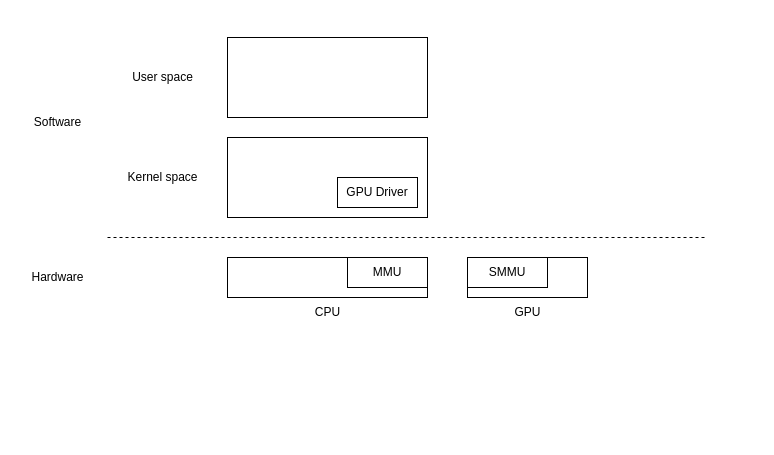
qianfei11/draw.io keeps this draw.io diagram as gpu.drawio. Above is the earlier version. Source tidied: cells renumbered, new cells numbered last; positions are measured from the earlier drawing's top-left corner, leaving out a move shared by most shapes. Both pictures are drawn from the tidied source at 100%, with x=0, y=0 at pixel (17, 37).
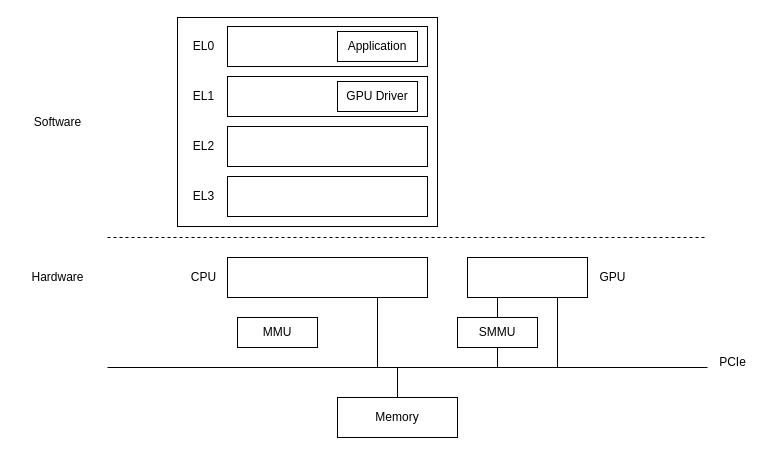
After the change.

Unchanged cells that the change refers to:
```xml
<mxCell id="2" style="rounded=0;whiteSpace=wrap;html=1;" parent="1" vertex="1">
  <mxGeometry x="210" y="220" width="200" height="40" as="geometry" />
</mxCell>
<mxCell id="3" style="rounded=0;whiteSpace=wrap;html=1;" parent="1" vertex="1">
  <mxGeometry x="450" y="220" width="120" height="40" as="geometry" />
</mxCell>
```

What changed in the source:
```diff
@@
+    <mxCell id="16" style="rounded=0;whiteSpace=wrap;html=1;" parent="1" vertex="1">
+      <mxGeometry x="160" y="-20" width="260" height="209" as="geometry" />
+    </mxCell>
@@
     <mxCell id="4" value="CPU" style="text;html=1;align=center;verticalAlign=middle;strokeColor=none;fillColor=none;" parent="1" vertex="1">
-      <mxGeometry x="285" y="260" width="50" height="30" as="geometry" />
+      <mxGeometry x="161" y="225" width="50" height="30" as="geometry" />
     </mxCell>
     <mxCell id="5" value="GPU" style="text;html=1;align=center;verticalAlign=middle;strokeColor=none;fillColor=none;" parent="1" vertex="1">
-      <mxGeometry x="485" y="260" width="50" height="30" as="geometry" />
+      <mxGeometry x="570" y="225" width="50" height="30" as="geometry" />
     </mxCell>
@@
     <mxCell id="9" style="rounded=0;whiteSpace=wrap;html=1;" parent="1" vertex="1">
-      <mxGeometry x="210" y="100" width="200" height="80" as="geometry" />
+      <mxGeometry x="210" y="39" width="200" height="40" as="geometry" />
     </mxCell>
     <mxCell id="10" style="rounded=0;whiteSpace=wrap;html=1;" parent="1" vertex="1">
-      <mxGeometry x="210" width="200" height="80" as="geometry" />
+      <mxGeometry x="210" y="-11" width="200" height="40" as="geometry" />
     </mxCell>
     <mxCell id="11" value="GPU Driver" style="rounded=0;whiteSpace=wrap;html=1;" parent="1" vertex="1">
-      <mxGeometry x="320" y="140" width="80" height="30" as="geometry" />
+      <mxGeometry x="320" y="44" width="80" height="30" as="geometry" />
     </mxCell>
     <mxCell id="12" value="MMU" style="rounded=0;whiteSpace=wrap;html=1;" parent="1" vertex="1">
-      <mxGeometry x="330" y="220" width="80" height="30" as="geometry" />
+      <mxGeometry x="220" y="280" width="80" height="30" as="geometry" />
     </mxCell>
     <mxCell id="13" value="SMMU" style="rounded=0;whiteSpace=wrap;html=1;" parent="1" vertex="1">
-      <mxGeometry x="450" y="220" width="80" height="30" as="geometry" />
+      <mxGeometry x="440" y="280" width="80" height="30" as="geometry" />
     </mxCell>
-    <mxCell id="14" value="Kernel space" style="text;html=1;align=center;verticalAlign=middle;strokeColor=none;fillColor=none;" parent="1" vertex="1">
-      <mxGeometry x="100" y="125" width="90" height="30" as="geometry" />
+    <mxCell id="14" value="EL1" style="text;html=1;align=center;verticalAlign=middle;strokeColor=none;fillColor=none;" parent="1" vertex="1">
+      <mxGeometry x="166" y="44" width="40" height="30" as="geometry" />
     </mxCell>
-    <mxCell id="15" value="User space" style="text;html=1;align=center;verticalAlign=middle;strokeColor=none;fillColor=none;" parent="1" vertex="1">
-      <mxGeometry x="105" y="25" width="80" height="30" as="geometry" />
+    <mxCell id="15" value="EL0" style="text;html=1;align=center;verticalAlign=middle;strokeColor=none;fillColor=none;" parent="1" vertex="1">
+      <mxGeometry x="166" y="-6" width="40" height="30" as="geometry" />
     </mxCell>
+    <mxCell id="17" style="endArrow=none;html=1;rounded=0;" parent="1" edge="1">
+      <mxGeometry relative="1" as="geometry">
+        <mxPoint x="90" y="330" as="sourcePoint" />
+        <mxPoint x="690" y="330" as="targetPoint" />
+      </mxGeometry>
+    </mxCell>
+    <mxCell id="18" value="Application" style="rounded=0;whiteSpace=wrap;html=1;" parent="1" vertex="1">
+      <mxGeometry x="320" y="-6" width="80" height="30" as="geometry" />
+    </mxCell>
+    <mxCell id="19" style="rounded=0;whiteSpace=wrap;html=1;" parent="1" vertex="1">
+      <mxGeometry x="210" y="89" width="200" height="40" as="geometry" />
+    </mxCell>
+    <mxCell id="20" style="rounded=0;whiteSpace=wrap;html=1;" parent="1" vertex="1">
+      <mxGeometry x="210" y="139" width="200" height="40" as="geometry" />
+    </mxCell>
+    <mxCell id="21" value="EL2" style="text;html=1;align=center;verticalAlign=middle;strokeColor=none;fillColor=none;" parent="1" vertex="1">
+      <mxGeometry x="166" y="94" width="40" height="30" as="geometry" />
+    </mxCell>
+    <mxCell id="22" value="EL3" style="text;html=1;align=center;verticalAlign=middle;strokeColor=none;fillColor=none;" parent="1" vertex="1">
+      <mxGeometry x="166" y="144" width="40" height="30" as="geometry" />
+    </mxCell>
+    <mxCell id="23" style="endArrow=none;html=1;rounded=0;entryX=0.75;entryY=1;entryDx=0;entryDy=0;" parent="1" edge="1" target="2">
+      <mxGeometry relative="1" as="geometry">
+        <mxPoint x="360" y="330" as="sourcePoint" />
+      </mxGeometry>
+    </mxCell>
+    <mxCell id="24" value="Memory" style="rounded=0;whiteSpace=wrap;html=1;" parent="1" vertex="1">
+      <mxGeometry x="320" y="360" width="120" height="40" as="geometry" />
+    </mxCell>
+    <mxCell id="25" style="endArrow=none;html=1;rounded=0;entryX=0.5;entryY=0;entryDx=0;entryDy=0;" parent="1" edge="1" target="24">
+      <mxGeometry relative="1" as="geometry">
+        <mxPoint x="380" y="330" as="sourcePoint" />
+      </mxGeometry>
+    </mxCell>
+    <mxCell id="26" style="endArrow=none;html=1;rounded=0;exitX=0.5;exitY=1;exitDx=0;exitDy=0;" parent="1" edge="1" source="13">
+      <mxGeometry relative="1" as="geometry">
+        <mxPoint x="480" y="330" as="targetPoint" />
+      </mxGeometry>
+    </mxCell>
+    <mxCell id="27" style="endArrow=none;html=1;rounded=0;exitX=0.25;exitY=1;exitDx=0;exitDy=0;entryX=0.5;entryY=0;entryDx=0;entryDy=0;" parent="1" edge="1" source="3" target="13">
+      <mxGeometry relative="1" as="geometry" />
+    </mxCell>
+    <mxCell id="28" style="endArrow=none;html=1;rounded=0;exitX=0.75;exitY=1;exitDx=0;exitDy=0;" parent="1" edge="1" source="3">
+      <mxGeometry relative="1" as="geometry">
+        <mxPoint x="540" y="330" as="targetPoint" />
+      </mxGeometry>
+    </mxCell>
+    <mxCell id="29" value="PCIe" style="text;html=1;align=center;verticalAlign=middle;strokeColor=none;fillColor=none;" parent="1" vertex="1">
+      <mxGeometry x="690" y="310" width="50" height="30" as="geometry" />
+    </mxCell>
```
